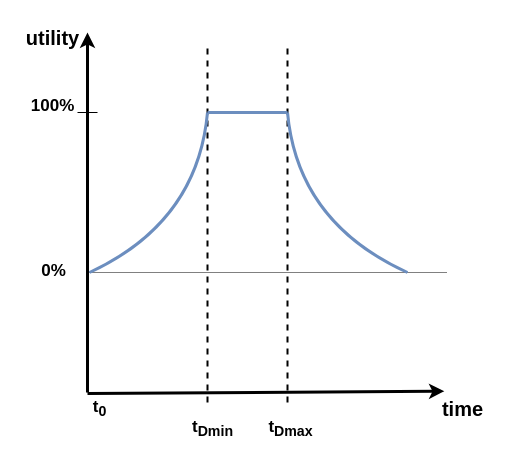
This is thesis/drawio/real time.drawio from studhascja/Masterthesis, a draw.io file, before an edit. Source tidied: cells renumbered, new cells numbered last; positions are measured from the earlier drawing's top-left corner, leaving out a move shared by most shapes. Both pictures are drawn from the tidied source at 100%, with x=0, y=0 at pixel (17, 17).
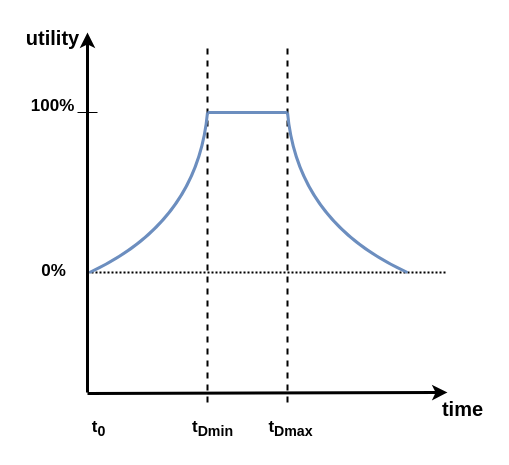
After the change.

Unchanged cells that the change refers to:
```xml
<mxCell id="8" value="time" style="text;html=1;align=center;verticalAlign=middle;points=[];strokeColor=none;fillColor=none;fontStyle=1;fontSize=20;" parent="1" vertex="1">
  <mxGeometry x="415" y="371" width="60" height="40" as="geometry" />
</mxCell>
```

The edit, as a diff of the source:
```diff
@@
-    <mxCell id="2" style="endArrow=none;html=1;strokeWidth=1;rounded=0;dashed=1;dashPattern=1 1;fontStyle=1;fontSize=17;" parent="1" edge="1">
+    <mxCell id="2" style="endArrow=none;html=1;strokeWidth=2;rounded=0;dashed=1;dashPattern=1 1;fontStyle=1;fontSize=17;" parent="1" edge="1">
       <mxGeometry relative="1" as="geometry">
         <mxPoint x="70" y="255" as="sourcePoint" />
         <mxPoint x="430" y="255" as="targetPoint" />
       </mxGeometry>
     </mxCell>
@@
-    <mxCell id="5" style="endArrow=classic;html=1;rounded=0;entryX=0.197;entryY=0.069;entryDx=0;entryDy=0;entryPerimeter=0;fontStyle=1;fontSize=17;strokeWidth=3;" parent="1" edge="1" target="8">
+    <mxCell id="5" style="endArrow=classic;html=1;rounded=0;fontStyle=1;fontSize=17;strokeWidth=3;" parent="1" edge="1">
       <mxGeometry relative="1" as="geometry">
         <mxPoint x="70" y="376" as="sourcePoint" />
+        <mxPoint x="430" y="375" as="targetPoint" />
       </mxGeometry>
     </mxCell>
@@
     <mxCell id="9" value="t&lt;sub&gt;0&lt;/sub&gt;" style="text;html=1;align=center;verticalAlign=middle;strokeColor=none;fillColor=none;fontStyle=1;fontSize=17;" parent="1" vertex="1">
-      <mxGeometry x="62" y="371" width="40" height="40" as="geometry" />
+      <mxGeometry x="61" y="391" width="40" height="40" as="geometry" />
     </mxCell>
```
